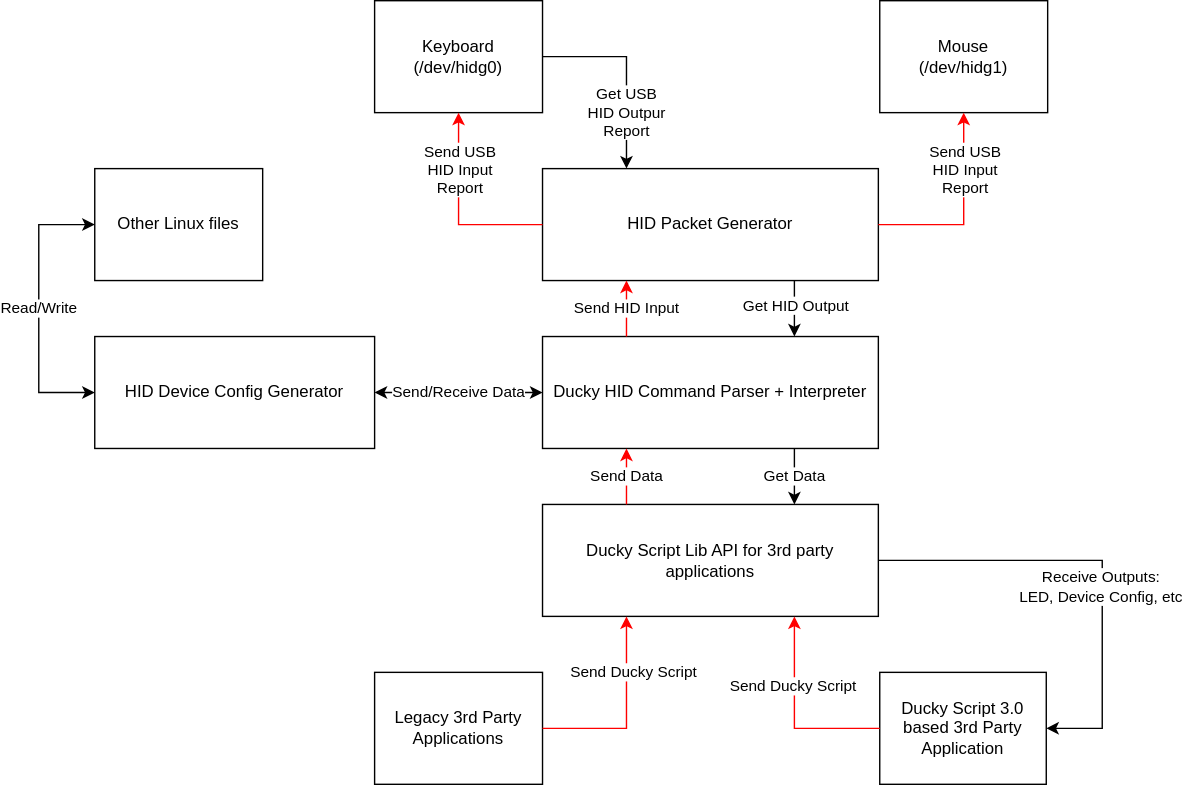
Above: architecture_diagram.svg in mayankmetha/libusbrubberducky (draw.io), before the change. Source tidied: cells renumbered, new cells last; positions are measured from the earlier drawing's top-left corner, leaving out a move shared by most shapes.
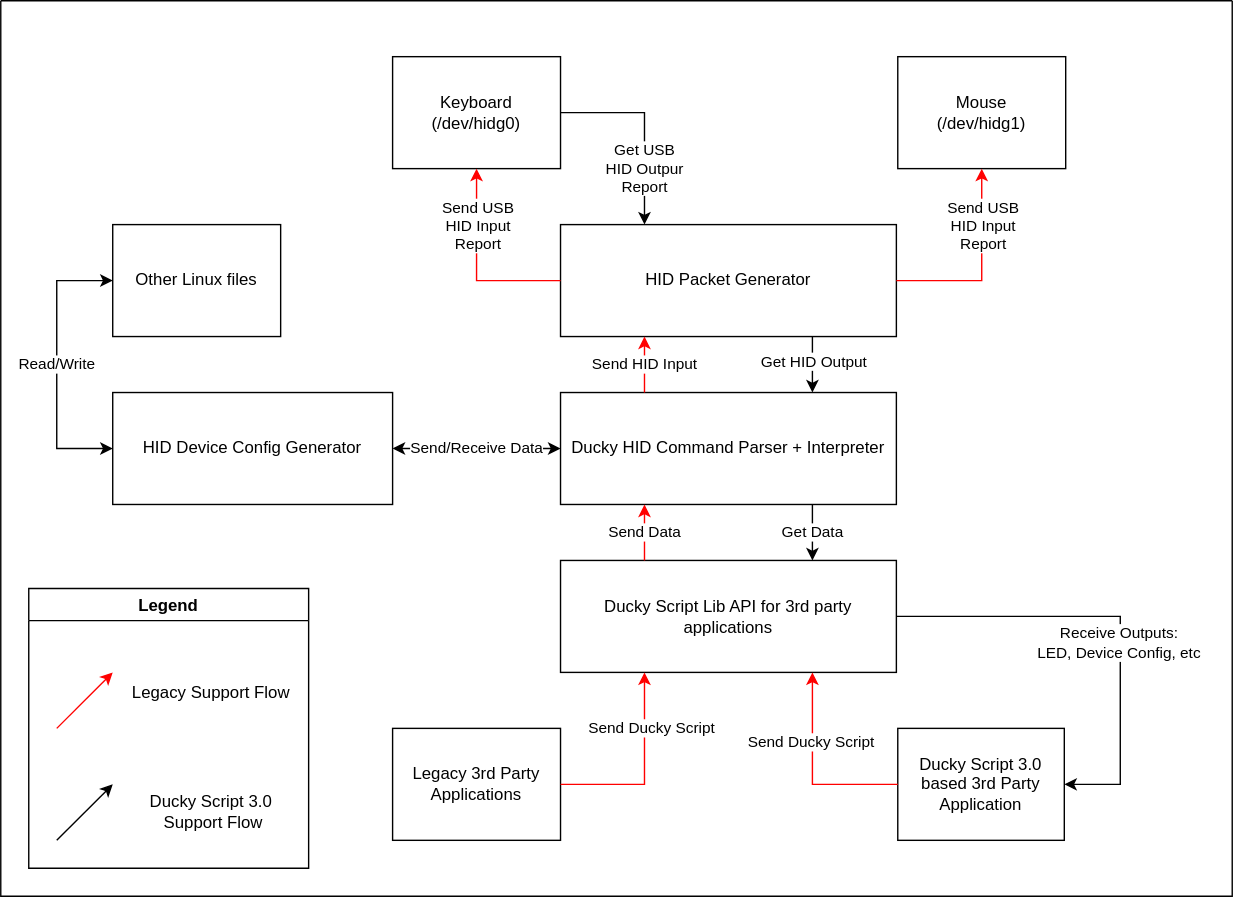
Later version of the same file.

The edit, as a diff of the source:
```diff
@@ -120,5 +120,29 @@
     <mxCell id="28" value="Get HID Output" style="edgeLabel;html=1;align=center;verticalAlign=middle;" parent="27" vertex="1">
       <mxGeometry x="-0.17" relative="1" as="geometry" />
     </mxCell>
+    <mxCell id="29" style="swimlane;startSize=0;" parent="1" vertex="1">
+      <mxGeometry x="-40" y="-40" width="880" height="640" as="geometry" />
+    </mxCell>
+    <mxCell id="30" value="Legend" style="swimlane;" parent="29" vertex="1">
+      <mxGeometry x="20" y="420" width="200" height="200" as="geometry" />
+    </mxCell>
+    <mxCell id="31" style="endArrow=classic;html=1;rounded=0;strokeColor=#FF0000;" parent="30" edge="1">
+      <mxGeometry relative="1" as="geometry">
+        <mxPoint x="20" y="100" as="sourcePoint" />
+        <mxPoint x="60" y="60" as="targetPoint" />
+      </mxGeometry>
+    </mxCell>
+    <mxCell id="32" value="Legacy Support Flow" style="text;html=1;align=center;verticalAlign=middle;strokeColor=none;fillColor=none;" parent="30" vertex="1">
+      <mxGeometry x="60" y="60" width="140" height="30" as="geometry" />
+    </mxCell>
+    <mxCell id="33" style="endArrow=classic;html=1;rounded=0;strokeColor=#000000;" parent="30" edge="1">
+      <mxGeometry relative="1" as="geometry">
+        <mxPoint x="20" y="180" as="sourcePoint" />
+        <mxPoint x="60" y="140" as="targetPoint" />
+      </mxGeometry>
+    </mxCell>
+    <mxCell id="34" value="Ducky Script 3.0&lt;br&gt;&amp;nbsp;Support Flow" style="text;html=1;align=center;verticalAlign=middle;strokeColor=none;fillColor=none;" parent="30" vertex="1">
+      <mxGeometry x="75" y="140" width="110" height="40" as="geometry" />
+    </mxCell>
   </root>
 </mxGraphModel>
```
